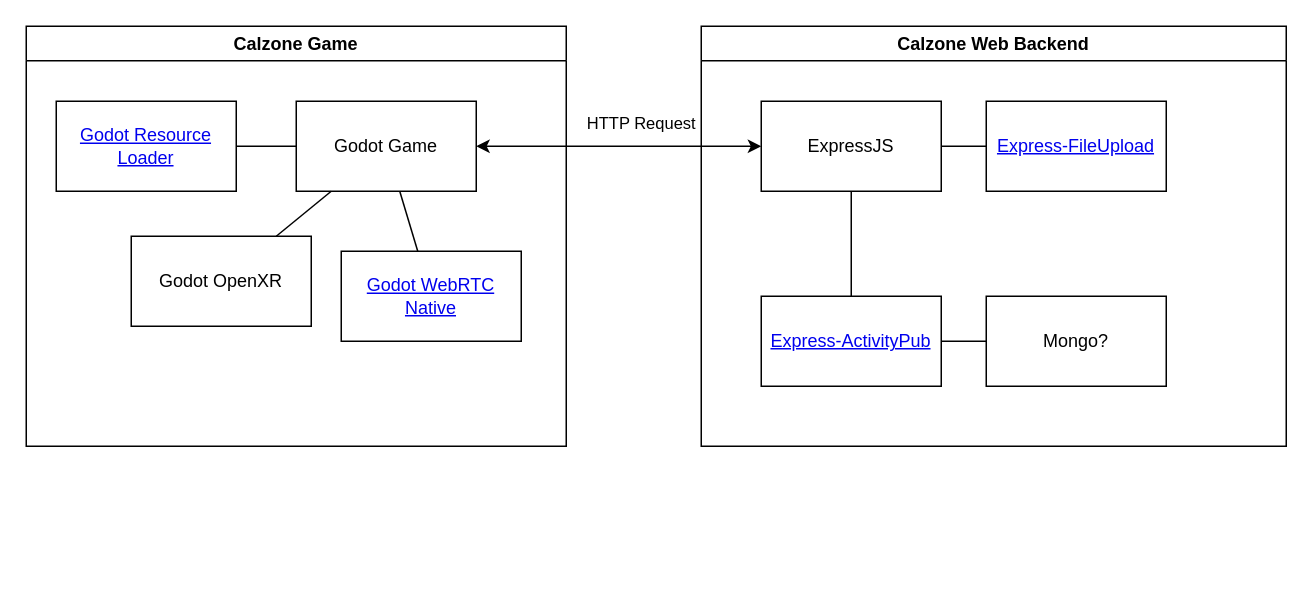
Earlier version of the draw.io diagram Project Structure Diagram.drawio (TailTwistStudios/Project-Calzone). Source tidied: cells renumbered, new cells numbered last; positions are measured from the earlier drawing's top-left corner, leaving out a move shared by most shapes. Both pictures are drawn from the tidied source at 150%, with x=0, y=0 at pixel (26, 26).
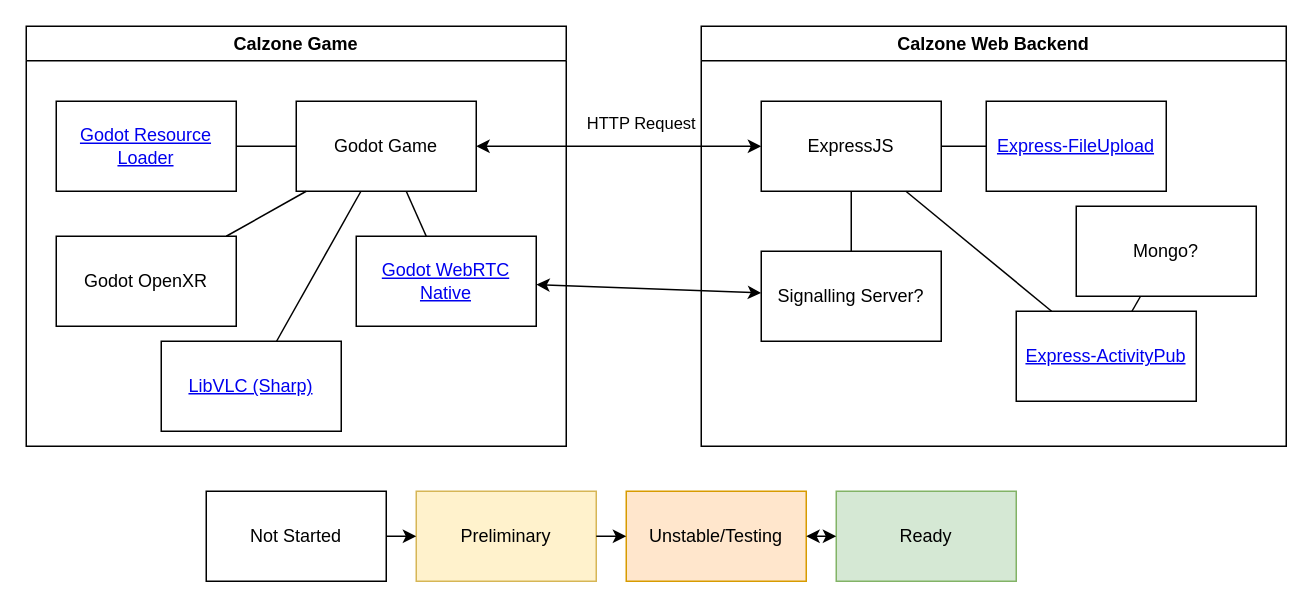
The same page after the edit.

Commit message (it also covers changes not shown here):
Updated diagram and added other lfs tracks

The change refers to these unchanged cells:
```xml
<mxCell id="2" value="Calzone Web Backend" style="swimlane;whiteSpace=wrap;html=1;" parent="1" vertex="1">
  <mxGeometry x="450" width="390" height="280" as="geometry" />
</mxCell>
<mxCell id="3" value="ExpressJS" style="rounded=0;whiteSpace=wrap;html=1;" parent="2" vertex="1">
  <mxGeometry x="40" y="50" width="120" height="60" as="geometry" />
</mxCell>
<mxCell id="10" value="Calzone Game" style="swimlane;whiteSpace=wrap;html=1;" parent="1" vertex="1">
  <mxGeometry width="360" height="280" as="geometry" />
</mxCell>
<mxCell id="11" value="Godot Game" style="rounded=0;whiteSpace=wrap;html=1;" parent="10" vertex="1">
  <mxGeometry x="180" y="50" width="120" height="60" as="geometry" />
</mxCell>
```

Change to the diagram source:
```diff
@@
     <mxCell id="4" value="&lt;a href=&quot;https://www.npmjs.com/package/activitypub-express&quot;&gt;Express-ActivityPub&lt;/a&gt;" style="rounded=0;whiteSpace=wrap;html=1;" parent="2" vertex="1">
-      <mxGeometry x="40" y="180" width="120" height="60" as="geometry" />
+      <mxGeometry x="210" y="190" width="120" height="60" as="geometry" />
     </mxCell>
@@
     <mxCell id="8" value="Mongo?" style="rounded=0;whiteSpace=wrap;html=1;" parent="2" vertex="1">
-      <mxGeometry x="190" y="180" width="120" height="60" as="geometry" />
+      <mxGeometry x="250" y="120" width="120" height="60" as="geometry" />
     </mxCell>
@@
+    <mxCell id="20" value="Signalling Server?" style="rounded=0;whiteSpace=wrap;html=1;" parent="2" vertex="1">
+      <mxGeometry x="40" y="150" width="120" height="60" as="geometry" />
+    </mxCell>
+    <mxCell id="21" style="endArrow=none;html=1;rounded=0;" parent="2" edge="1" source="20" target="3">
+      <mxGeometry relative="1" as="geometry" />
+    </mxCell>
@@
     <mxCell id="12" value="&lt;a href=&quot;https://github.com/godotengine/webrtc-native&quot;&gt;Godot WebRTC Native&lt;/a&gt;" style="rounded=0;whiteSpace=wrap;html=1;" parent="10" vertex="1">
-      <mxGeometry x="210" y="150" width="120" height="60" as="geometry" />
+      <mxGeometry x="220" y="140" width="120" height="60" as="geometry" />
     </mxCell>
@@
     <mxCell id="16" value="Godot OpenXR" style="rounded=0;whiteSpace=wrap;html=1;" parent="10" vertex="1">
-      <mxGeometry x="70" y="140" width="120" height="60" as="geometry" />
+      <mxGeometry x="20" y="140" width="120" height="60" as="geometry" />
     </mxCell>
@@
+    <mxCell id="22" value="&lt;a href=&quot;https://github.com/videolan/libvlcsharp&quot;&gt;LibVLC (Sharp)&lt;/a&gt;" style="rounded=0;whiteSpace=wrap;html=1;" parent="10" vertex="1">
+      <mxGeometry x="90" y="210" width="120" height="60" as="geometry" />
+    </mxCell>
+    <mxCell id="23" style="endArrow=none;html=1;rounded=0;" parent="10" edge="1" source="11" target="22">
+      <mxGeometry relative="1" as="geometry" />
+    </mxCell>
@@
+    <mxCell id="24" style="endArrow=classic;startArrow=classic;html=1;rounded=0;" parent="1" edge="1" source="12" target="20">
+      <mxGeometry relative="1" as="geometry" />
+    </mxCell>
+    <mxCell id="25" value="Not Started" style="rounded=0;whiteSpace=wrap;html=1;" parent="1" vertex="1">
+      <mxGeometry x="120" y="310" width="120" height="60" as="geometry" />
+    </mxCell>
+    <mxCell id="26" value="Preliminary" style="rounded=0;whiteSpace=wrap;html=1;fillColor=#fff2cc;strokeColor=#d6b656;" parent="1" vertex="1">
+      <mxGeometry x="260" y="310" width="120" height="60" as="geometry" />
+    </mxCell>
+    <mxCell id="27" value="Unstable/Testing" style="rounded=0;whiteSpace=wrap;html=1;fillColor=#ffe6cc;strokeColor=#d79b00;" parent="1" vertex="1">
+      <mxGeometry x="400" y="310" width="120" height="60" as="geometry" />
+    </mxCell>
+    <mxCell id="28" value="Ready" style="rounded=0;whiteSpace=wrap;html=1;fillColor=#d5e8d4;strokeColor=#82b366;" parent="1" vertex="1">
+      <mxGeometry x="540" y="310" width="120" height="60" as="geometry" />
+    </mxCell>
+    <mxCell id="29" style="endArrow=classic;html=1;rounded=0;" parent="1" edge="1" source="25" target="26">
+      <mxGeometry relative="1" as="geometry" />
+    </mxCell>
+    <mxCell id="30" style="endArrow=classic;html=1;rounded=0;" parent="1" edge="1" source="26" target="27">
+      <mxGeometry relative="1" as="geometry" />
+    </mxCell>
+    <mxCell id="31" style="endArrow=classic;startArrow=classic;html=1;rounded=0;" parent="1" edge="1" source="27" target="28">
+      <mxGeometry relative="1" as="geometry" />
+    </mxCell>
```
